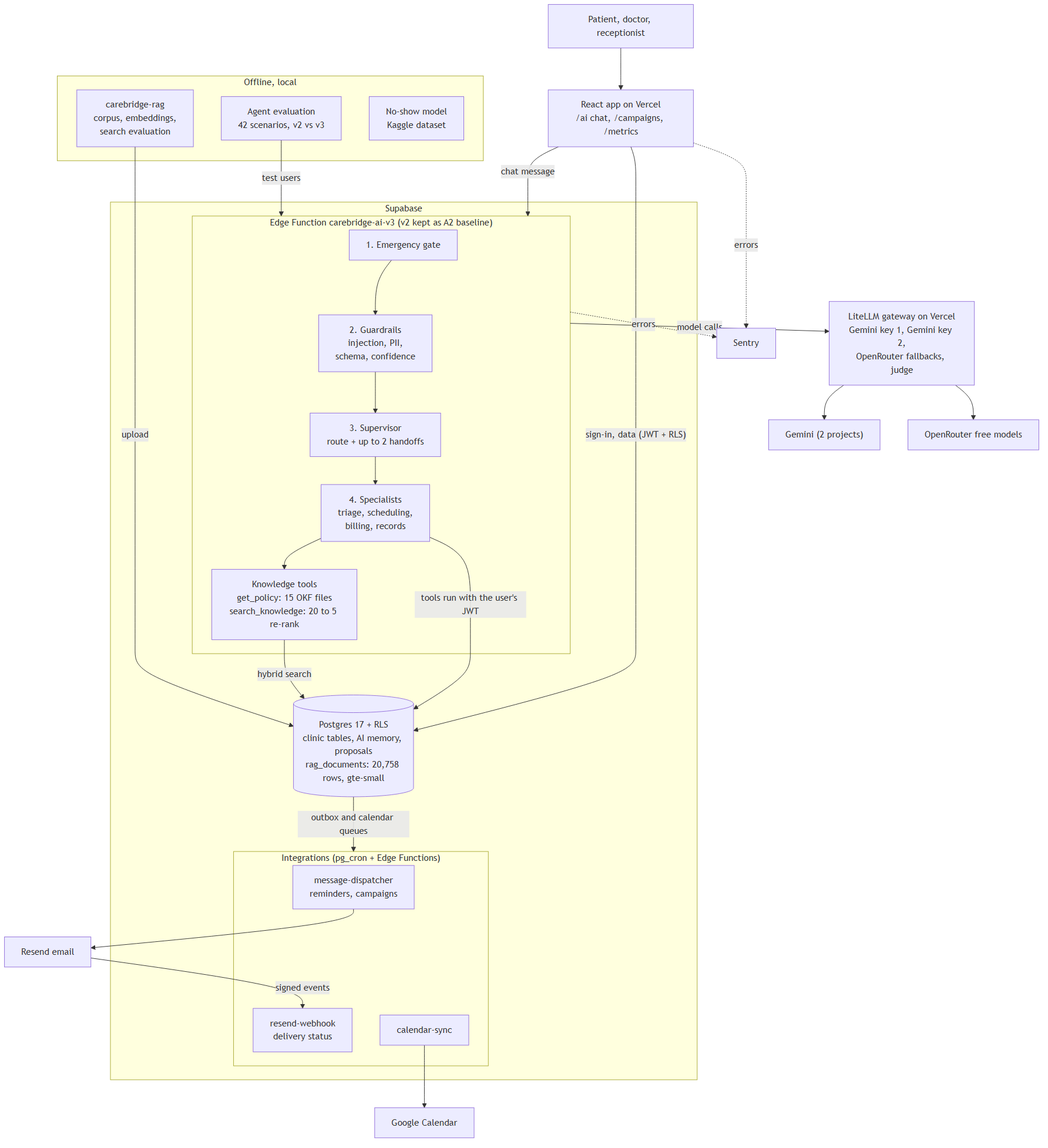
Earlier version of the Mermaid export docs/architecture.png (shahriar-rashid-13/carebridge-clinic-flow). Its source is kept beside it as docs/architecture.mmd. Its diagram source:
```mermaid
flowchart TB
  U["Patient, doctor, receptionist"] --> FE["React app on Vercel<br/>/ai chat, /campaigns, /metrics"]

  FE -- "sign-in, data (JWT + RLS)" --> DB
  FE -- "chat message" --> AI

  subgraph SB["Supabase"]
    direction TB
    subgraph AI["Edge Function carebridge-ai-v3 (v2 kept as A2 baseline)"]
      direction LR
      EM["1. Emergency gate"] --> GR["2. Guardrails<br/>injection, PII,<br/>schema, confidence"] --> SUP["3. Supervisor<br/>route + up to 2 handoffs"] --> AG["4. Specialists<br/>triage, scheduling,<br/>billing, records"]
      AG --> KN["Knowledge tools<br/>get_policy: 15 OKF files<br/>search_knowledge: 20 to 5 re-rank"]
    end
    DB[("Postgres 17 + RLS<br/>clinic tables, AI memory, proposals<br/>rag_documents: 20,758 rows, gte-small")]
    subgraph JOBS["Integrations (pg_cron + Edge Functions)"]
      direction LR
      DIS["message-dispatcher<br/>reminders, campaigns"]
      WH["resend-webhook<br/>delivery status"]
      CAL["calendar-sync"]
    end
  end

  AG -- "tools run with the user's JWT" --> DB
  KN -- "hybrid search" --> DB
  DB -- "outbox and calendar queues" --> JOBS

  AI -- "model calls" --> GW["LiteLLM gateway on Vercel<br/>Gemini key 1, Gemini key 2,<br/>OpenRouter fallbacks, judge"]
  GW --> GEM["Gemini (2 projects)"]
  GW --> OR["OpenRouter free models"]

  DIS --> RES["Resend email"]
  RES -- "signed events" --> WH
  CAL --> GCAL["Google Calendar"]
  FE -. "errors" .-> SEN["Sentry"]
  AI -. "errors" .-> SEN

  subgraph OFF["Offline, local"]
    direction LR
    CORP["carebridge-rag<br/>corpus, embeddings,<br/>search evaluation"]
    EVAL["Agent evaluation<br/>42 scenarios, v2 vs v3"]
    NS["No-show model<br/>Kaggle dataset"]
  end
  CORP -- "upload" --> DB
  EVAL -- "test users" --> AI
```
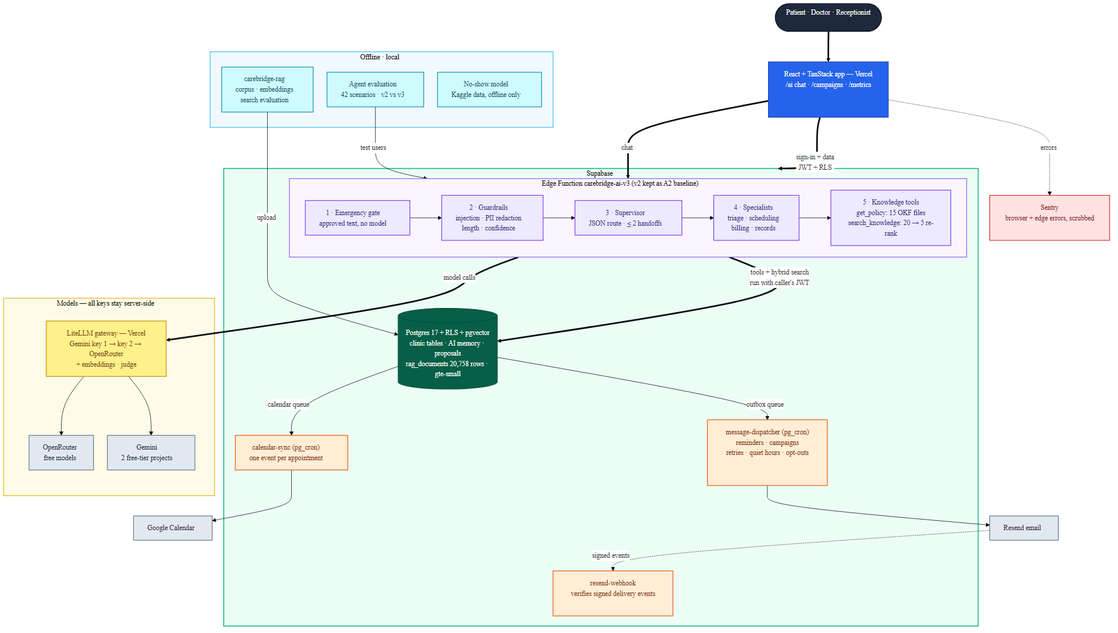
After the commit.

Commit message:
Redraw architecture diagram: colored groups, compact 16:9 layout

The diagram now fits a 1080p landscape window (1904 x 1077). Nodes are colored by layer (frontend, AI pipeline, database, jobs, gateway, external services, offline), the v3 pipeline reads left to right as five numbered steps, and the dispatcher, webhook and calendar flows no longer cross the whole image.

The edit, as a diff of the source:
```diff
@@ -1,44 +1,83 @@
+---
+config:
+  theme: base
+  themeVariables:
+    fontFamily: "Segoe UI, Arial, sans-serif"
+    fontSize: "15px"
+    clusterBkg: "#f8fafc"
+    clusterBorder: "#94a3b8"
+    edgeLabelBackground: "#ffffff"
+  flowchart:
+    nodeSpacing: 30
+    rankSpacing: 44
+    curve: basis
+---
 flowchart TB
-  U["Patient, doctor, receptionist"] --> FE["React app on Vercel<br/>/ai chat, /campaigns, /metrics"]
-
-  FE -- "sign-in, data (JWT + RLS)" --> DB
-  FE -- "chat message" --> AI
+  U(["Patient · Doctor · Receptionist"]):::user
+  FE["React + TanStack app — Vercel<br/>/ai chat · /campaigns · /metrics"]:::fe
+  SEN["Sentry<br/>browser + edge errors, scrubbed"]:::obs
 
   subgraph SB["Supabase"]
     direction TB
-    subgraph AI["Edge Function carebridge-ai-v3 (v2 kept as A2 baseline)"]
+    subgraph AI["Edge Function carebridge-ai-v3  (v2 kept as A2 baseline)"]
       direction LR
-      EM["1. Emergency gate"] --> GR["2. Guardrails<br/>injection, PII,<br/>schema, confidence"] --> SUP["3. Supervisor<br/>route + up to 2 handoffs"] --> AG["4. Specialists<br/>triage, scheduling,<br/>billing, records"]
-      AG --> KN["Knowledge tools<br/>get_policy: 15 OKF files<br/>search_knowledge: 20 to 5 re-rank"]
+      EM["1 · Emergency gate<br/>approved text, no model"]:::ai
+      GR["2 · Guardrails<br/>injection · PII redaction<br/>length · confidence"]:::ai
+      SUP["3 · Supervisor<br/>JSON route · ≤ 2 handoffs"]:::ai
+      AG["4 · Specialists<br/>triage · scheduling<br/>billing · records"]:::ai
+      KN["5 · Knowledge tools<br/>get_policy: 15 OKF files<br/>search_knowledge: 20 → 5 re-rank"]:::ai
+      EM --> GR --> SUP --> AG --> KN
     end
-    DB[("Postgres 17 + RLS<br/>clinic tables, AI memory, proposals<br/>rag_documents: 20,758 rows, gte-small")]
-    subgraph JOBS["Integrations (pg_cron + Edge Functions)"]
-      direction LR
-      DIS["message-dispatcher<br/>reminders, campaigns"]
-      WH["resend-webhook<br/>delivery status"]
-      CAL["calendar-sync"]
-    end
+    DB[("Postgres 17 + RLS + pgvector<br/>clinic tables · AI memory · proposals<br/>rag_documents 20,758 rows · gte-small")]:::db
+    DIS["message-dispatcher (pg_cron)<br/>reminders · campaigns<br/>retries · quiet hours · opt-outs"]:::job
+    CAL["calendar-sync (pg_cron)<br/>one event per appointment"]:::job
+    WH["resend-webhook<br/>verifies signed delivery events"]:::job
+    AI == "tools + hybrid search<br/>run with caller's JWT" ==> DB
+    DB -- "outbox queue" --> DIS
+    DB -- "calendar queue" --> CAL
   end
 
-  AG -- "tools run with the user's JWT" --> DB
-  KN -- "hybrid search" --> DB
-  DB -- "outbox and calendar queues" --> JOBS
+  subgraph MOD["Models — all keys stay server-side"]
+    direction TB
+    GW["LiteLLM gateway — Vercel<br/>Gemini key 1 → key 2 → OpenRouter<br/>+ embeddings · judge"]:::gw
+    GEM["Gemini<br/>2 free-tier projects"]:::ext
+    OR["OpenRouter<br/>free models"]:::ext
+    GW --> GEM
+    GW --> OR
+  end
 
-  AI -- "model calls" --> GW["LiteLLM gateway on Vercel<br/>Gemini key 1, Gemini key 2,<br/>OpenRouter fallbacks, judge"]
-  GW --> GEM["Gemini (2 projects)"]
-  GW --> OR["OpenRouter free models"]
+  RES["Resend email"]:::ext
+  GCAL["Google Calendar"]:::ext
 
-  DIS --> RES["Resend email"]
-  RES -- "signed events" --> WH
-  CAL --> GCAL["Google Calendar"]
-  FE -. "errors" .-> SEN["Sentry"]
-  AI -. "errors" .-> SEN
+  subgraph OFF["Offline · local"]
+    direction LR
+    CORP["carebridge-rag<br/>corpus · embeddings<br/>search evaluation"]:::off
+    EVAL["Agent evaluation<br/>42 scenarios · v2 vs v3"]:::off
+    NS["No-show model<br/>Kaggle data, offline only"]:::off
+  end
 
-  subgraph OFF["Offline, local"]
-    direction LR
-    CORP["carebridge-rag<br/>corpus, embeddings,<br/>search evaluation"]
-    EVAL["Agent evaluation<br/>42 scenarios, v2 vs v3"]
-    NS["No-show model<br/>Kaggle dataset"]
-  end
+  U ==> FE
+  FE == "sign-in + data<br/>JWT + RLS" ==> SB
+  FE == "chat" ==> AI
+  AI == "model calls" ==> GW
+  DIS --> RES
+  RES -. "signed events" .-> WH
+  CAL --> GCAL
+  FE -. "errors" .-> SEN
   CORP -- "upload" --> DB
   EVAL -- "test users" --> AI
+
+  classDef user fill:#1e293b,stroke:#0f172a,color:#ffffff,stroke-width:1.5px
+  classDef fe fill:#2563eb,stroke:#1e40af,color:#ffffff,stroke-width:1.5px
+  classDef ai fill:#ede9fe,stroke:#7c3aed,color:#312e81,stroke-width:1.5px
+  classDef db fill:#065f46,stroke:#064e3b,color:#ffffff,stroke-width:1.5px
+  classDef job fill:#ffedd5,stroke:#ea580c,color:#7c2d12,stroke-width:1.5px
+  classDef gw fill:#fef08a,stroke:#ca8a04,color:#713f12,stroke-width:1.5px
+  classDef ext fill:#e2e8f0,stroke:#64748b,color:#1e293b,stroke-width:1.5px
+  classDef obs fill:#fee2e2,stroke:#dc2626,color:#7f1d1d,stroke-width:1.5px
+  classDef off fill:#cffafe,stroke:#0891b2,color:#164e63,stroke-width:1.5px
+
+  style SB fill:#ecfdf5,stroke:#10b981,stroke-width:2px
+  style AI fill:#faf5ff,stroke:#8b5cf6,stroke-width:1.5px
+  style MOD fill:#fefce8,stroke:#eab308,stroke-width:1.5px
+  style OFF fill:#f0f9ff,stroke:#38bdf8,stroke-width:1.5px
```
